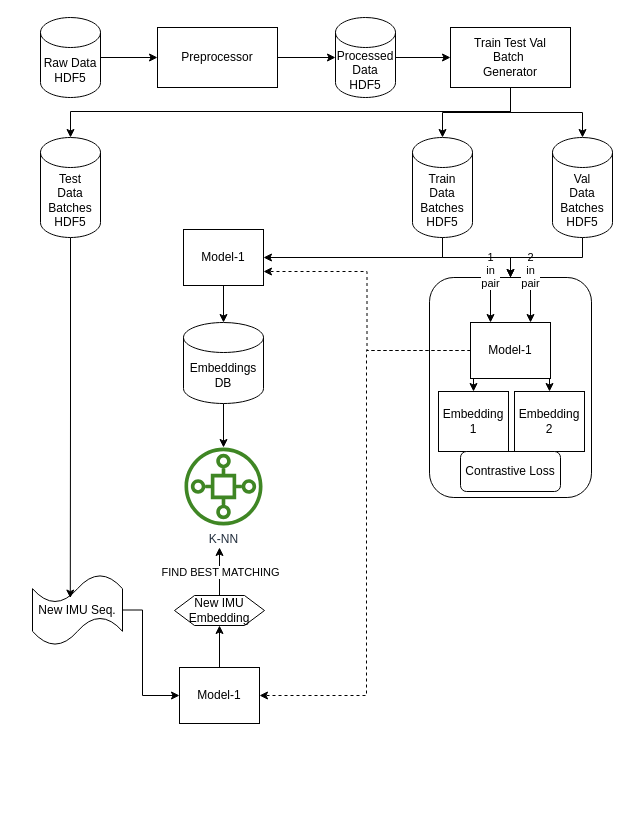
FYPUoM18/fyp-retrival-based-localization keeps this draw.io diagram as documents/archi_1/sample_architecture_1.drawio. Above is the earlier version. Source tidied: cells renumbered, new cells numbered last; positions are measured from the earlier drawing's top-left corner, leaving out a move shared by most shapes. Both pictures are drawn from the tidied source at 100%, with x=0, y=0 at pixel (32, 17).
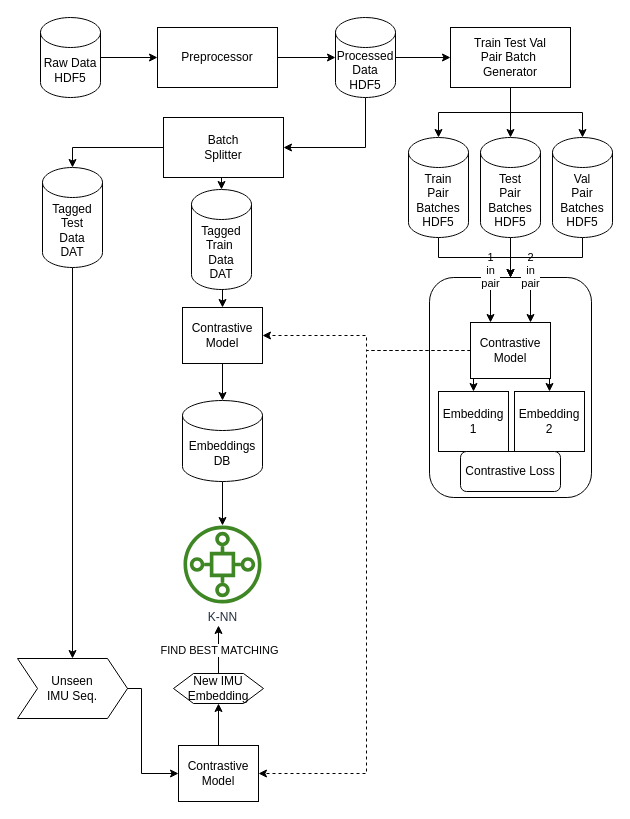
The same diagram, later.

The change refers to these unchanged cells:
```xml
<mxCell id="2" style="rounded=1;whiteSpace=wrap;html=1;" parent="1" vertex="1">
  <mxGeometry x="397" y="260" width="162" height="220" as="geometry" />
</mxCell>
<mxCell id="14" value="Processed&lt;br&gt;Data HDF5" style="shape=cylinder3;whiteSpace=wrap;html=1;boundedLbl=1;backgroundOutline=1;size=15;" parent="1" vertex="1">
  <mxGeometry x="303" width="60" height="80" as="geometry" />
</mxCell>
```

Change to the diagram source:
```diff
@@
-    <mxCell id="9" style="edgeStyle=orthogonalEdgeStyle;rounded=0;jettySize=auto;html=1;" parent="1" edge="1" source="10" target="36">
-      <mxGeometry relative="1" as="geometry">
-        <Array as="points">
-          <mxPoint x="478" y="94" />
-          <mxPoint x="38" y="94" />
-        </Array>
-      </mxGeometry>
+    <mxCell id="9" style="edgeStyle=orthogonalEdgeStyle;rounded=0;jettySize=auto;html=1;exitX=0.5;exitY=1;exitDx=0;exitDy=0;" parent="1" edge="1" source="10" target="36">
+      <mxGeometry relative="1" as="geometry" />
     </mxCell>
-    <mxCell id="10" value="Train Test Val &lt;br&gt;Batch&amp;nbsp;&lt;br&gt;Generator" style="rounded=0;whiteSpace=wrap;html=1;" parent="1" vertex="1">
+    <mxCell id="10" value="Train Test Val &lt;br&gt;Pair Batch&amp;nbsp;&lt;br&gt;Generator" style="rounded=0;whiteSpace=wrap;html=1;" parent="1" vertex="1">
       <mxGeometry x="418" y="10" width="120" height="60" as="geometry" />
     </mxCell>
@@
+    <mxCell id="41" style="edgeStyle=orthogonalEdgeStyle;rounded=0;jettySize=auto;html=1;exitX=0.5;exitY=1;exitDx=0;exitDy=0;exitPerimeter=0;entryX=1;entryY=0.5;entryDx=0;entryDy=0;" parent="1" edge="1" source="14" target="46">
+      <mxGeometry relative="1" as="geometry" />
+    </mxCell>
@@
-    <mxCell id="16" style="edgeStyle=orthogonalEdgeStyle;rounded=0;jettySize=auto;html=1;exitX=0.5;exitY=1;exitDx=0;exitDy=0;exitPerimeter=0;entryX=1;entryY=0.5;entryDx=0;entryDy=0;" parent="1" edge="1" source="17" target="31">
-      <mxGeometry relative="1" as="geometry" />
-    </mxCell>
-    <mxCell id="17" value="Train&lt;br&gt;Data&lt;br&gt;Batches HDF5" style="shape=cylinder3;whiteSpace=wrap;html=1;boundedLbl=1;backgroundOutline=1;size=15;" parent="1" vertex="1">
-      <mxGeometry x="380" y="120" width="60" height="100" as="geometry" />
+    <mxCell id="17" value="Train&lt;br&gt;Pair&lt;br&gt;Batches HDF5" style="shape=cylinder3;whiteSpace=wrap;html=1;boundedLbl=1;backgroundOutline=1;size=15;" parent="1" vertex="1">
+      <mxGeometry x="376" y="120" width="60" height="100" as="geometry" />
     </mxCell>
@@
-    <mxCell id="19" value="Val&lt;br&gt;Data&lt;br&gt;Batches HDF5" style="shape=cylinder3;whiteSpace=wrap;html=1;boundedLbl=1;backgroundOutline=1;size=15;" parent="1" vertex="1">
+    <mxCell id="19" value="Val&lt;br&gt;Pair&lt;br&gt;Batches HDF5" style="shape=cylinder3;whiteSpace=wrap;html=1;boundedLbl=1;backgroundOutline=1;size=15;" parent="1" vertex="1">
       <mxGeometry x="520" y="120" width="60" height="100" as="geometry" />
     </mxCell>
-    <mxCell id="20" style="edgeStyle=orthogonalEdgeStyle;rounded=0;jettySize=auto;html=1;entryX=0;entryY=0.5;entryDx=0;entryDy=0;" parent="1" edge="1" source="21" target="38">
+    <mxCell id="20" style="edgeStyle=orthogonalEdgeStyle;rounded=0;jettySize=auto;html=1;entryX=0;entryY=0.5;entryDx=0;entryDy=0;" parent="1" edge="1" target="38">
       <mxGeometry relative="1" as="geometry">
+        <mxPoint x="89" y="671" as="sourcePoint" />
         <Array as="points">
-          <mxPoint x="110" y="593" />
-          <mxPoint x="110" y="678" />
+          <mxPoint x="109" y="671" />
+          <mxPoint x="109" y="756" />
         </Array>
       </mxGeometry>
     </mxCell>
-    <mxCell id="21" value="New IMU Seq." style="shape=tape;whiteSpace=wrap;html=1;" parent="1" vertex="1">
-      <mxGeometry y="557" width="90" height="71" as="geometry" />
-    </mxCell>
@@
-    <mxCell id="24" style="edgeStyle=orthogonalEdgeStyle;rounded=0;jettySize=auto;html=1;entryX=1;entryY=0.75;entryDx=0;entryDy=0;dashed=1;" parent="1" edge="1" source="26" target="31">
-      <mxGeometry relative="1" as="geometry" />
+    <mxCell id="24" style="edgeStyle=orthogonalEdgeStyle;rounded=0;jettySize=auto;html=1;entryX=1;entryY=0.5;entryDx=0;entryDy=0;dashed=1;" parent="1" edge="1" source="26" target="31">
+      <mxGeometry relative="1" as="geometry">
+        <Array as="points">
+          <mxPoint x="334" y="333" />
+          <mxPoint x="334" y="318" />
+        </Array>
+      </mxGeometry>
     </mxCell>
     <mxCell id="25" style="edgeStyle=orthogonalEdgeStyle;rounded=0;jettySize=auto;html=1;exitX=0;exitY=0.5;exitDx=0;exitDy=0;entryX=1;entryY=0.5;entryDx=0;entryDy=0;dashed=1;" parent="1" edge="1" source="26" target="38">
       <mxGeometry relative="1" as="geometry">
         <Array as="points">
           <mxPoint x="334" y="333" />
-          <mxPoint x="334" y="678" />
+          <mxPoint x="334" y="756" />
         </Array>
       </mxGeometry>
     </mxCell>
-    <mxCell id="26" value="Model-1" style="rounded=0;whiteSpace=wrap;html=1;" parent="1" vertex="1">
+    <mxCell id="26" value="Contrastive&lt;br&gt;Model" style="rounded=0;whiteSpace=wrap;html=1;" parent="1" vertex="1">
       <mxGeometry x="438" y="305" width="80" height="56" as="geometry" />
     </mxCell>
@@
-    <mxCell id="31" value="Model-1" style="rounded=0;whiteSpace=wrap;html=1;" parent="1" vertex="1">
-      <mxGeometry x="151" y="212" width="80" height="56" as="geometry" />
+    <mxCell id="31" value="Contrastive&lt;br&gt;Model" style="rounded=0;whiteSpace=wrap;html=1;" parent="1" vertex="1">
+      <mxGeometry x="150" y="290" width="80" height="56" as="geometry" />
     </mxCell>
@@
     <mxCell id="33" value="Embeddings&lt;br&gt;DB" style="shape=cylinder3;whiteSpace=wrap;html=1;boundedLbl=1;backgroundOutline=1;size=15;" parent="1" vertex="1">
-      <mxGeometry x="151" y="305" width="80" height="81" as="geometry" />
+      <mxGeometry x="150" y="383" width="80" height="81" as="geometry" />
     </mxCell>
     <mxCell id="34" value="K-NN" style="sketch=0;outlineConnect=0;fontColor=#232F3E;gradientColor=none;fillColor=#3F8624;strokeColor=none;dashed=0;verticalLabelPosition=bottom;verticalAlign=top;align=center;html=1;fontSize=12;fontStyle=0;shape=mxgraph.aws4.iot_sitewise_asset_model;direction=south;" parent="1" vertex="1">
-      <mxGeometry x="152" y="430" width="78" height="78" as="geometry" />
+      <mxGeometry x="151" y="508" width="78" height="78" as="geometry" />
     </mxCell>
-    <mxCell id="35" style="edgeStyle=orthogonalEdgeStyle;rounded=0;jettySize=auto;html=1;exitX=0.5;exitY=1;exitDx=0;exitDy=0;exitPerimeter=0;entryX=0.42;entryY=0.332;entryDx=0;entryDy=0;entryPerimeter=0;" parent="1" edge="1" source="36" target="21">
-      <mxGeometry relative="1" as="geometry" />
-    </mxCell>
+    <mxCell id="42" style="edgeStyle=orthogonalEdgeStyle;rounded=0;jettySize=auto;html=1;exitX=0.5;exitY=1;exitDx=0;exitDy=0;exitPerimeter=0;" parent="1" edge="1" source="36">
+      <mxGeometry relative="1" as="geometry">
+        <mxPoint x="478" y="210" as="targetPoint" />
+      </mxGeometry>
+    </mxCell>
+    <mxCell id="43" style="edgeStyle=orthogonalEdgeStyle;rounded=0;jettySize=auto;html=1;exitX=0.5;exitY=1;exitDx=0;exitDy=0;exitPerimeter=0;" parent="1" edge="1" source="36" target="2">
+      <mxGeometry relative="1" as="geometry" />
+    </mxCell>
-    <mxCell id="36" value="Test&lt;br&gt;Data&lt;br&gt;Batches HDF5" style="shape=cylinder3;whiteSpace=wrap;html=1;boundedLbl=1;backgroundOutline=1;size=15;" parent="1" vertex="1">
-      <mxGeometry x="8" y="120" width="60" height="100" as="geometry" />
+    <mxCell id="36" value="Test&lt;br&gt;Pair&lt;br&gt;Batches HDF5" style="shape=cylinder3;whiteSpace=wrap;html=1;boundedLbl=1;backgroundOutline=1;size=15;" parent="1" vertex="1">
+      <mxGeometry x="448" y="120" width="60" height="100" as="geometry" />
     </mxCell>
@@
-    <mxCell id="38" value="Model-1" style="rounded=0;whiteSpace=wrap;html=1;" parent="1" vertex="1">
-      <mxGeometry x="147" y="650" width="80" height="56" as="geometry" />
+    <mxCell id="38" value="Contrastive&lt;br&gt;Model" style="rounded=0;whiteSpace=wrap;html=1;" parent="1" vertex="1">
+      <mxGeometry x="146" y="728" width="80" height="56" as="geometry" />
     </mxCell>
     <mxCell id="39" value="FIND BEST MATCHING" style="edgeStyle=orthogonalEdgeStyle;rounded=0;jettySize=auto;html=1;exitX=0.5;exitY=0;exitDx=0;exitDy=0;" parent="1" edge="1" source="40">
       <mxGeometry relative="1" as="geometry">
-        <mxPoint x="187" y="530" as="targetPoint" />
+        <mxPoint x="186" y="608" as="targetPoint" />
       </mxGeometry>
     </mxCell>
     <mxCell id="40" value="New IMU&lt;br&gt;Embedding" style="shape=hexagon;perimeter=hexagonPerimeter2;whiteSpace=wrap;html=1;fixedSize=1;" parent="1" vertex="1">
-      <mxGeometry x="142" y="578" width="90" height="30" as="geometry" />
+      <mxGeometry x="141" y="656" width="90" height="30" as="geometry" />
     </mxCell>
+    <mxCell id="44" style="edgeStyle=orthogonalEdgeStyle;rounded=0;jettySize=auto;html=1;exitX=0.5;exitY=1;exitDx=0;exitDy=0;entryX=0.5;entryY=0;entryDx=0;entryDy=0;entryPerimeter=0;" parent="1" edge="1" source="46" target="48">
+      <mxGeometry relative="1" as="geometry" />
+    </mxCell>
+    <mxCell id="45" style="edgeStyle=orthogonalEdgeStyle;rounded=0;jettySize=auto;html=1;exitX=0;exitY=0.5;exitDx=0;exitDy=0;entryX=0.5;entryY=0;entryDx=0;entryDy=0;entryPerimeter=0;" parent="1" edge="1" source="46" target="50">
+      <mxGeometry relative="1" as="geometry" />
+    </mxCell>
+    <mxCell id="46" value="Batch&lt;br&gt;Splitter" style="rounded=0;whiteSpace=wrap;html=1;" parent="1" vertex="1">
+      <mxGeometry x="131" y="100" width="120" height="60" as="geometry" />
+    </mxCell>
+    <mxCell id="47" style="edgeStyle=orthogonalEdgeStyle;rounded=0;jettySize=auto;html=1;exitX=0.5;exitY=1;exitDx=0;exitDy=0;exitPerimeter=0;entryX=0.5;entryY=0;entryDx=0;entryDy=0;" parent="1" edge="1" source="48" target="31">
+      <mxGeometry relative="1" as="geometry" />
+    </mxCell>
+    <mxCell id="48" value="Tagged&lt;br&gt;Train&amp;nbsp;&lt;br&gt;Data&lt;br&gt;DAT" style="shape=cylinder3;whiteSpace=wrap;html=1;boundedLbl=1;backgroundOutline=1;size=15;" parent="1" vertex="1">
+      <mxGeometry x="159" y="172" width="60" height="100" as="geometry" />
+    </mxCell>
+    <mxCell id="49" style="edgeStyle=orthogonalEdgeStyle;rounded=0;jettySize=auto;html=1;exitX=0.5;exitY=1;exitDx=0;exitDy=0;exitPerimeter=0;entryX=0.5;entryY=0;entryDx=0;entryDy=0;" parent="1" edge="1" source="50" target="51">
+      <mxGeometry relative="1" as="geometry" />
+    </mxCell>
+    <mxCell id="50" value="Tagged&lt;br&gt;Test&lt;br&gt;Data&lt;br&gt;DAT" style="shape=cylinder3;whiteSpace=wrap;html=1;boundedLbl=1;backgroundOutline=1;size=15;" parent="1" vertex="1">
+      <mxGeometry x="10" y="150" width="60" height="100" as="geometry" />
+    </mxCell>
+    <mxCell id="51" value="Unseen&lt;br&gt;IMU Seq." style="shape=step;perimeter=stepPerimeter;whiteSpace=wrap;html=1;fixedSize=1;" parent="1" vertex="1">
+      <mxGeometry x="-15" y="641" width="110" height="60" as="geometry" />
+    </mxCell>
```
